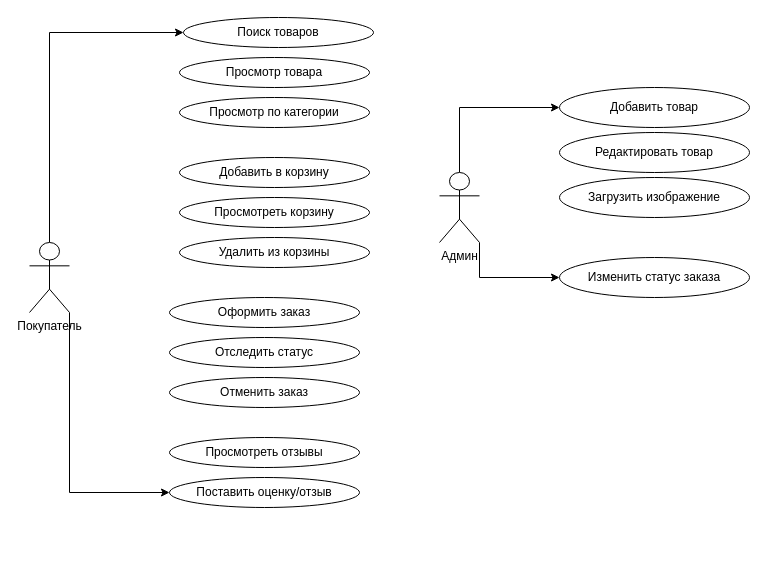
This is Docs/Diagrams/use-cases.drawio from JonLaybe/DeliveryHub, a draw.io file, before an edit. Source tidied: cells renumbered, new cells numbered last; positions are measured from the earlier drawing's top-left corner, leaving out a move shared by most shapes. Both pictures are drawn from the tidied source at 100%, with x=0, y=0 at pixel (29, 17).
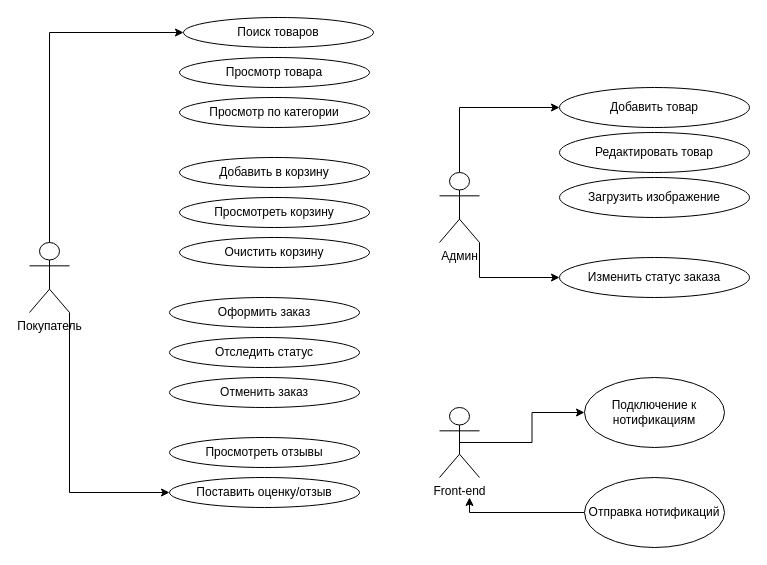
The same diagram, later.

Commit message:
use-cases docs

Change to the diagram source:
```diff
@@
-    <mxCell id="12" value="Удалить из корзины" style="ellipse;whiteSpace=wrap;html=1;" parent="1" vertex="1">
+    <mxCell id="12" value="Очистить корзину" style="ellipse;whiteSpace=wrap;html=1;" parent="1" vertex="1">
       <mxGeometry x="150" y="220" width="190" height="30" as="geometry" />
     </mxCell>
@@
+    <mxCell id="23" style="edgeStyle=orthogonalEdgeStyle;rounded=0;jettySize=auto;html=1;exitX=0.5;exitY=0.5;exitDx=0;exitDy=0;exitPerimeter=0;entryX=0;entryY=0.5;entryDx=0;entryDy=0;" parent="1" edge="1" source="24" target="25">
+      <mxGeometry relative="1" as="geometry" />
+    </mxCell>
+    <mxCell id="24" value="Front-end" style="shape=umlActor;verticalLabelPosition=bottom;verticalAlign=top;html=1;" parent="1" vertex="1">
+      <mxGeometry x="410" y="390" width="40" height="70" as="geometry" />
+    </mxCell>
+    <mxCell id="25" value="Подключение к нотификациям" style="ellipse;whiteSpace=wrap;html=1;" parent="1" vertex="1">
+      <mxGeometry x="555" y="360" width="140" height="70" as="geometry" />
+    </mxCell>
+    <mxCell id="26" style="edgeStyle=orthogonalEdgeStyle;rounded=0;jettySize=auto;html=1;" parent="1" edge="1" source="27">
+      <mxGeometry relative="1" as="geometry">
+        <mxPoint x="440" y="480" as="targetPoint" />
+        <Array as="points">
+          <mxPoint x="440" y="495" />
+        </Array>
+      </mxGeometry>
+    </mxCell>
+    <mxCell id="27" value="Отправка нотификаций" style="ellipse;whiteSpace=wrap;html=1;" parent="1" vertex="1">
+      <mxGeometry x="555" y="460" width="140" height="70" as="geometry" />
+    </mxCell>
```
